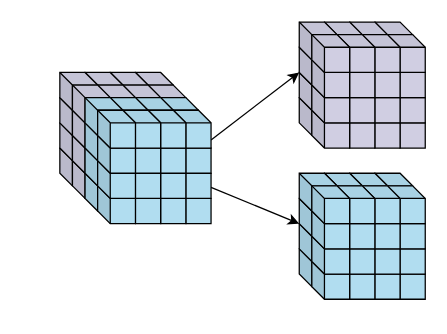
The draw.io diagram FigSource/ifmap_decomposition.drawio in asultan123/MSPaper, before the edit. Source tidied: cells renumbered, new cells numbered last; positions are measured from the earlier drawing's top-left corner, leaving out a move shared by most shapes. Both pictures are drawn from the tidied source at 126%, with x=0, y=0 at pixel (59, 21).
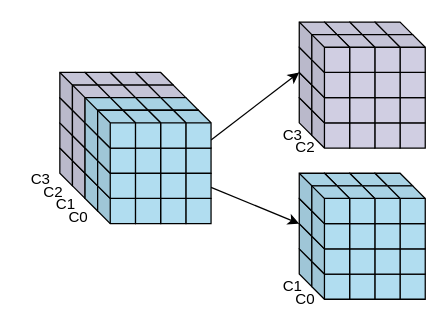
The same diagram, later.

Change to the diagram source:
```diff
@@
+    <mxCell id="132" value="C3" style="text;html=1;strokeColor=none;fillColor=none;align=center;verticalAlign=middle;whiteSpace=wrap;rounded=0;" parent="1" vertex="1">
+      <mxGeometry x="-30" y="115" width="30" height="20" as="geometry" />
+    </mxCell>
+    <mxCell id="133" value="C2" style="text;html=1;strokeColor=none;fillColor=none;align=center;verticalAlign=middle;whiteSpace=wrap;rounded=0;" parent="1" vertex="1">
+      <mxGeometry x="-20" y="125" width="30" height="20" as="geometry" />
+    </mxCell>
+    <mxCell id="134" value="C1" style="text;html=1;strokeColor=none;fillColor=none;align=center;verticalAlign=middle;whiteSpace=wrap;rounded=0;" parent="1" vertex="1">
+      <mxGeometry x="-10" y="135" width="30" height="20" as="geometry" />
+    </mxCell>
+    <mxCell id="135" value="C0" style="text;html=1;strokeColor=none;fillColor=none;align=center;verticalAlign=middle;whiteSpace=wrap;rounded=0;" parent="1" vertex="1">
+      <mxGeometry y="145" width="30" height="20" as="geometry" />
+    </mxCell>
+    <mxCell id="136" value="C1" style="text;html=1;strokeColor=none;fillColor=none;align=center;verticalAlign=middle;whiteSpace=wrap;rounded=0;" parent="1" vertex="1">
+      <mxGeometry x="170" y="200" width="30" height="20" as="geometry" />
+    </mxCell>
+    <mxCell id="137" value="C0" style="text;html=1;strokeColor=none;fillColor=none;align=center;verticalAlign=middle;whiteSpace=wrap;rounded=0;" parent="1" vertex="1">
+      <mxGeometry x="180" y="210" width="30" height="20" as="geometry" />
+    </mxCell>
+    <mxCell id="138" value="C3" style="text;html=1;strokeColor=none;fillColor=none;align=center;verticalAlign=middle;whiteSpace=wrap;rounded=0;" parent="1" vertex="1">
+      <mxGeometry x="170" y="80" width="30" height="20" as="geometry" />
+    </mxCell>
+    <mxCell id="139" value="C2" style="text;html=1;strokeColor=none;fillColor=none;align=center;verticalAlign=middle;whiteSpace=wrap;rounded=0;" parent="1" vertex="1">
+      <mxGeometry x="180" y="90" width="30" height="20" as="geometry" />
+    </mxCell>
```
